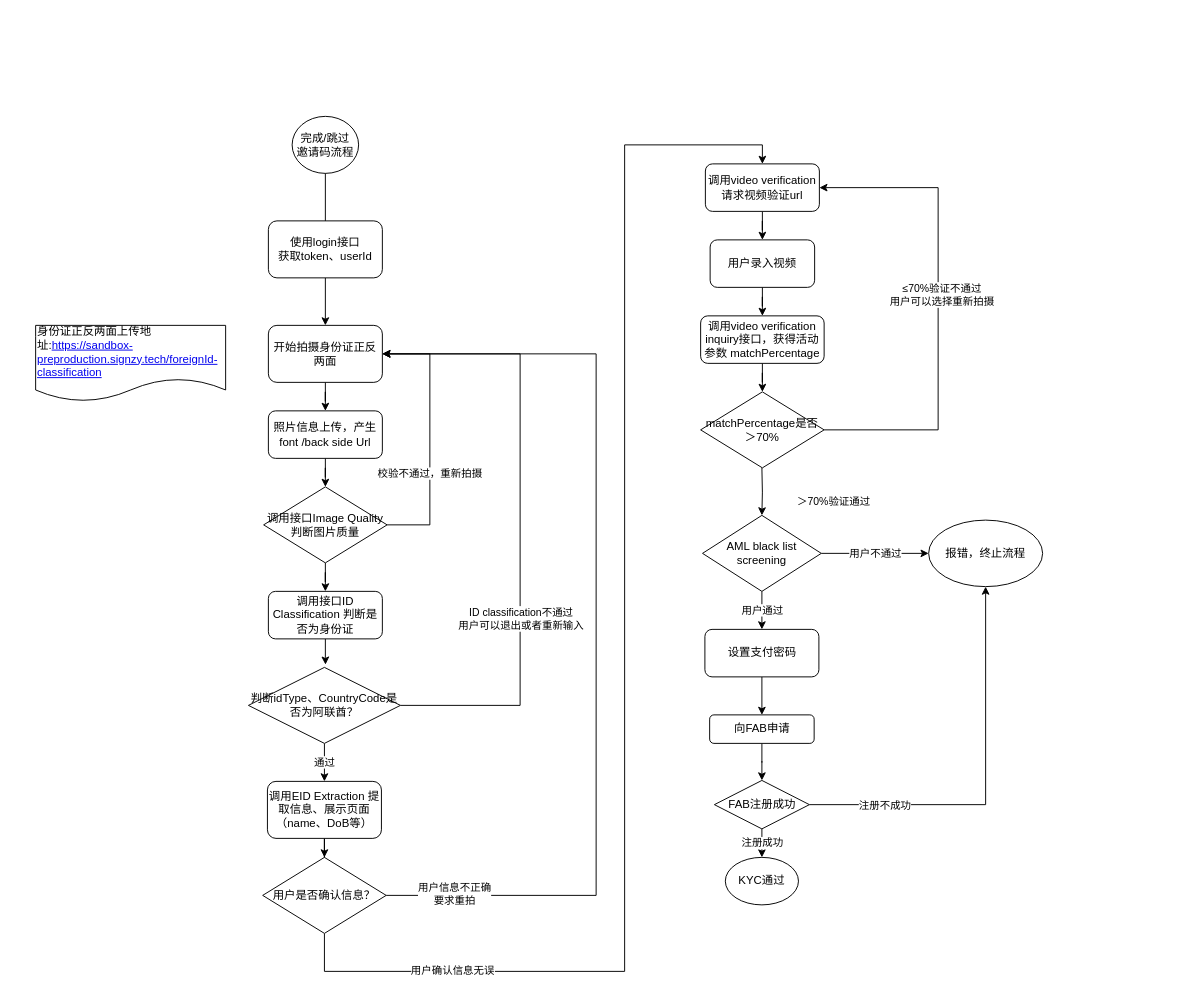
MarkYongfengZheng/WFT keeps this draw.io diagram as Tiqmo UAE KYC.drawio. Above is the earlier version. Source tidied: cells renumbered, new cells numbered last; positions are measured from the earlier drawing's top-left corner, leaving out a move shared by most shapes. Both pictures are drawn from the tidied source at 95%, with x=0, y=0 at pixel (35, 116).
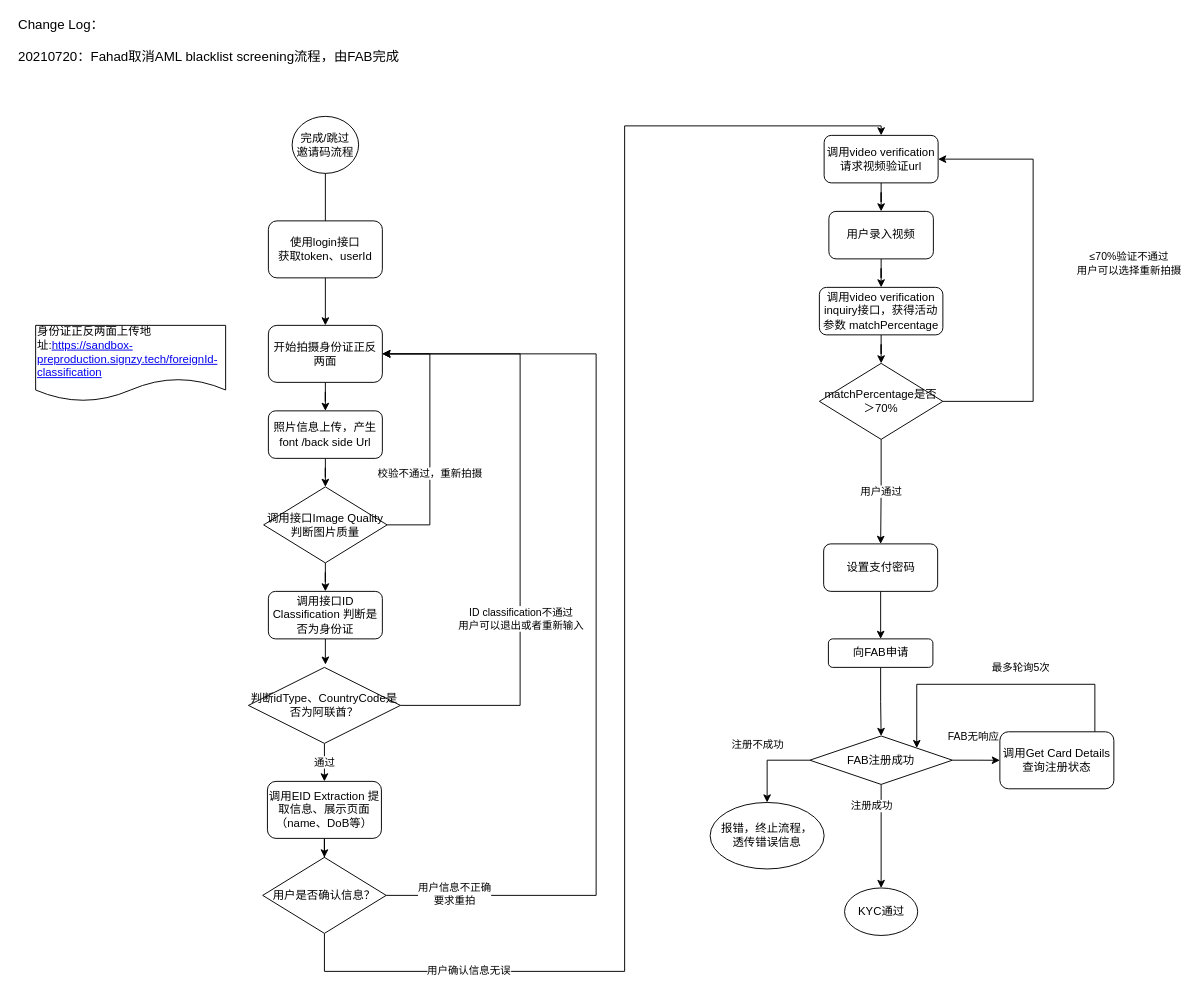
After the change.

The change refers to these unchanged cells:
```xml
<mxCell id="18" value="用户是否确认信息？" style="rhombus;whiteSpace=wrap;html=1;" parent="1" vertex="1">
  <mxGeometry x="239" y="780" width="130" height="80" as="geometry" />
</mxCell>
```

Diff of the diagram source:
```diff
@@
     <mxCell id="16" style="edgeStyle=orthogonalEdgeStyle;rounded=0;jettySize=auto;html=1;entryX=0.5;entryY=0;entryDx=0;entryDy=0;" parent="1" edge="1" source="18" target="43">
       <mxGeometry relative="1" as="geometry">
         <Array as="points">
           <mxPoint x="304" y="900" />
           <mxPoint x="620" y="900" />
-          <mxPoint x="620" y="30" />
-          <mxPoint x="765" y="30" />
+          <mxPoint x="620" y="10" />
+          <mxPoint x="890" y="10" />
         </Array>
       </mxGeometry>
     </mxCell>
@@
-    <mxCell id="19" value="&lt;br&gt;&lt;br&gt;&lt;span style=&quot;color: rgb(0 , 0 , 0) ; font-family: &amp;#34;helvetica&amp;#34; ; font-size: 11px ; font-style: normal ; font-weight: 400 ; letter-spacing: normal ; text-align: center ; text-indent: 0px ; text-transform: none ; word-spacing: 0px ; background-color: rgb(255 , 255 , 255) ; display: inline ; float: none&quot;&gt;＞70%验证通过&lt;/span&gt;&lt;br style=&quot;color: rgb(0 , 0 , 0) ; font-family: &amp;#34;helvetica&amp;#34; ; font-size: 11px ; font-style: normal ; font-weight: 400 ; letter-spacing: normal ; text-align: center ; text-indent: 0px ; text-transform: none ; word-spacing: 0px&quot;&gt;&lt;br&gt;" style="edgeStyle=orthogonalEdgeStyle;rounded=0;jettySize=auto;html=1;entryX=0.5;entryY=0;entryDx=0;entryDy=0;" parent="1" edge="1" target="22">
-      <mxGeometry x="0.2" y="75" relative="1" as="geometry">
-        <mxPoint x="764.5" y="370" as="sourcePoint" />
-      </mxGeometry>
-    </mxCell>
-    <mxCell id="20" value="用户不通过" style="edgeStyle=orthogonalEdgeStyle;rounded=0;jettySize=auto;html=1;entryX=0;entryY=0.5;entryDx=0;entryDy=0;" parent="1" edge="1" source="22" target="23">
-      <mxGeometry relative="1" as="geometry" />
-    </mxCell>
-    <mxCell id="21" value="用户通过" style="edgeStyle=orthogonalEdgeStyle;rounded=0;jettySize=auto;html=1;" parent="1" edge="1" source="22" target="25">
+    <mxCell id="21" value="用户通过" style="edgeStyle=orthogonalEdgeStyle;rounded=0;jettySize=auto;html=1;exitX=0.5;exitY=1;exitDx=0;exitDy=0;" parent="1" edge="1" source="50" target="25">
       <mxGeometry relative="1" as="geometry" />
     </mxCell>
-    <mxCell id="22" value="AML black list&lt;br&gt;screening" style="rhombus;whiteSpace=wrap;html=1;" parent="1" vertex="1">
-      <mxGeometry x="702" y="420" width="125" height="80" as="geometry" />
-    </mxCell>
-    <mxCell id="23" value="报错，终止流程" style="ellipse;whiteSpace=wrap;html=1;" parent="1" vertex="1">
-      <mxGeometry x="940" y="425" width="120" height="70" as="geometry" />
+    <mxCell id="23" value="报错，终止流程，&lt;br&gt;透传错误信息" style="ellipse;whiteSpace=wrap;html=1;" parent="1" vertex="1">
+      <mxGeometry x="710" y="722.2" width="120" height="70" as="geometry" />
     </mxCell>
@@
     <mxCell id="25" value="设置支付密码" style="rounded=1;whiteSpace=wrap;html=1;" parent="1" vertex="1">
-      <mxGeometry x="704.5" y="540" width="120" height="50" as="geometry" />
+      <mxGeometry x="829.5" y="450" width="120" height="50" as="geometry" />
     </mxCell>
@@
     <mxCell id="27" value="向FAB申请" style="rounded=1;whiteSpace=wrap;html=1;" parent="1" vertex="1">
-      <mxGeometry x="709.5" y="630" width="110" height="30" as="geometry" />
+      <mxGeometry x="834.5" y="550" width="110" height="30" as="geometry" />
     </mxCell>
     <mxCell id="28" value="注册成功" style="edgeStyle=orthogonalEdgeStyle;rounded=0;jettySize=auto;html=1;entryX=0.5;entryY=0;entryDx=0;entryDy=0;" parent="1" edge="1" source="31" target="32">
-      <mxGeometry relative="1" as="geometry" />
+      <mxGeometry x="-0.58" y="-10" relative="1" as="geometry" />
     </mxCell>
-    <mxCell id="29" style="edgeStyle=orthogonalEdgeStyle;rounded=0;jettySize=auto;html=1;entryX=0.5;entryY=1;entryDx=0;entryDy=0;" parent="1" edge="1" source="31" target="23">
-      <mxGeometry relative="1" as="geometry" />
+    <mxCell id="29" style="edgeStyle=orthogonalEdgeStyle;rounded=0;jettySize=auto;html=1;entryX=0.5;entryY=0;entryDx=0;entryDy=0;" parent="1" edge="1" source="31" target="23">
+      <mxGeometry relative="1" as="geometry">
+        <Array as="points">
+          <mxPoint x="770" y="678.2" />
+        </Array>
+      </mxGeometry>
     </mxCell>
     <mxCell id="30" value="注册不成功" style="edgeLabel;html=1;align=center;verticalAlign=middle;" parent="29" vertex="1">
       <mxGeometry x="-0.83" y="-1" relative="1" as="geometry">
-        <mxPoint x="44" as="offset" />
+        <mxPoint x="-48" y="-16" as="offset" />
       </mxGeometry>
     </mxCell>
+    <mxCell id="51" value="FAB无响应" style="edgeStyle=orthogonalEdgeStyle;rounded=0;jettySize=auto;html=1;" parent="1" edge="1" source="31" target="54">
+      <mxGeometry x="-0.14" y="26" relative="1" as="geometry">
+        <mxPoint y="1" as="offset" />
+      </mxGeometry>
+    </mxCell>
     <mxCell id="31" value="FAB注册成功" style="rhombus;whiteSpace=wrap;html=1;" parent="1" vertex="1">
-      <mxGeometry x="714.5" y="699" width="100" height="51" as="geometry" />
+      <mxGeometry x="815" y="652.2" width="150" height="51" as="geometry" />
     </mxCell>
     <mxCell id="32" value="KYC通过" style="ellipse;whiteSpace=wrap;html=1;" parent="1" vertex="1">
-      <mxGeometry x="726" y="780" width="77" height="50" as="geometry" />
+      <mxGeometry x="851.5" y="812.2" width="77" height="50" as="geometry" />
     </mxCell>
@@
     <mxCell id="43" value="调用video verification&lt;br&gt;请求视频验证url" style="rounded=1;whiteSpace=wrap;html=1;" parent="1" vertex="1">
-      <mxGeometry x="705" y="50" width="120" height="50" as="geometry" />
+      <mxGeometry x="830" y="20" width="120" height="50" as="geometry" />
     </mxCell>
@@
     <mxCell id="45" value="用户录入视频" style="rounded=1;whiteSpace=wrap;html=1;align=center;" parent="1" vertex="1">
-      <mxGeometry x="710" y="130" width="110" height="50" as="geometry" />
+      <mxGeometry x="835" y="100" width="110" height="50" as="geometry" />
     </mxCell>
@@
     <mxCell id="47" value="调用video verification inquiry接口，获得活动参数 matchPercentage" style="rounded=1;whiteSpace=wrap;html=1;align=center;" parent="1" vertex="1">
-      <mxGeometry x="700" y="210" width="130" height="50" as="geometry" />
+      <mxGeometry x="825" y="180" width="130" height="50" as="geometry" />
     </mxCell>
     <mxCell id="48" style="edgeStyle=orthogonalEdgeStyle;rounded=0;jettySize=auto;html=1;entryX=1;entryY=0.5;entryDx=0;entryDy=0;" parent="1" edge="1" source="50" target="43">
       <mxGeometry relative="1" as="geometry">
         <Array as="points">
-          <mxPoint x="950" y="330" />
-          <mxPoint x="950" y="75" />
+          <mxPoint x="1050" y="300" />
+          <mxPoint x="1050" y="45" />
         </Array>
       </mxGeometry>
     </mxCell>
     <mxCell id="49" value="≤70%验证不通过&lt;br&gt;用户可以选择重新拍摄" style="edgeLabel;html=1;align=center;verticalAlign=middle;" parent="48" vertex="1">
-      <mxGeometry x="0.05" y="-3" relative="1" as="geometry" />
+      <mxGeometry x="0.05" y="-3" relative="1" as="geometry">
+        <mxPoint x="97" y="-5" as="offset" />
+      </mxGeometry>
     </mxCell>
     <mxCell id="50" value="matchPercentage是否＞70%" style="rhombus;whiteSpace=wrap;html=1;" parent="1" vertex="1">
-      <mxGeometry x="700" y="290" width="130" height="80" as="geometry" />
+      <mxGeometry x="825" y="260" width="130" height="80" as="geometry" />
     </mxCell>
+    <mxCell id="52" style="edgeStyle=orthogonalEdgeStyle;rounded=0;jettySize=auto;html=1;entryX=1;entryY=0;entryDx=0;entryDy=0;" parent="1" edge="1" source="54" target="31">
+      <mxGeometry relative="1" as="geometry">
+        <Array as="points">
+          <mxPoint x="1115" y="597.8" />
+          <mxPoint x="928" y="597.8" />
+        </Array>
+      </mxGeometry>
+    </mxCell>
+    <mxCell id="53" value="最多轮询5次" style="edgeLabel;html=1;align=center;verticalAlign=middle;" parent="52" vertex="1">
+      <mxGeometry x="-0.15" y="4" relative="1" as="geometry">
+        <mxPoint y="-22" as="offset" />
+      </mxGeometry>
+    </mxCell>
+    <mxCell id="54" value="调用Get Card Details&lt;br&gt;查询注册状态" style="rounded=1;whiteSpace=wrap;html=1;" parent="1" vertex="1">
+      <mxGeometry x="1015" y="647.8" width="120" height="60" as="geometry" />
+    </mxCell>
+    <mxCell id="55" value="&lt;font style=&quot;font-size: 14px&quot;&gt;&lt;span&gt;Change Log：&lt;br&gt;&lt;/span&gt;&lt;br&gt;&lt;div&gt;&lt;span&gt;20210720：&lt;/span&gt;&lt;font style=&quot;font-size: 14px&quot;&gt;Fahad取消AML blacklist screening流程，由FAB完成&lt;/font&gt;&lt;/div&gt;&lt;/font&gt;" style="text;html=1;strokeColor=none;fillColor=none;align=left;verticalAlign=middle;whiteSpace=wrap;rounded=0;" parent="1" vertex="1">
+      <mxGeometry x="-20" y="-90" width="450" height="20" as="geometry" />
+    </mxCell>
```
